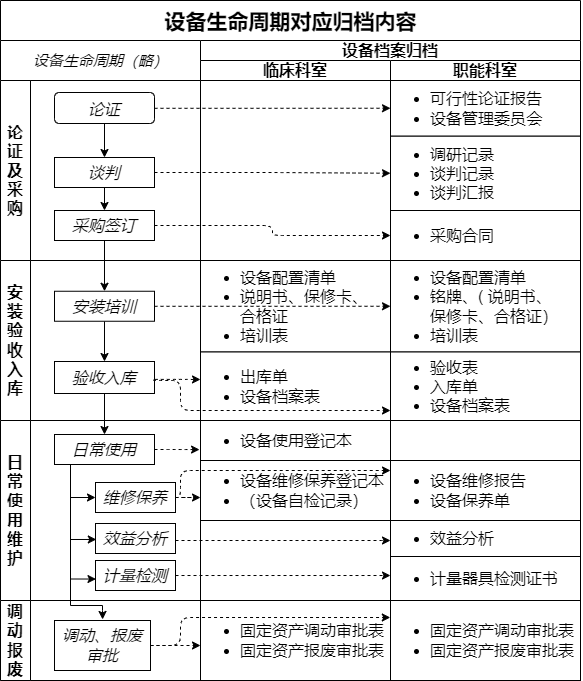
The draw.io diagram 档案管理流程.png in CN-DXTZ/CLRS, before a commit. Source tidied: cells renumbered, new cells last; positions are measured from the earlier drawing's top-left corner, leaving out a move shared by most shapes.
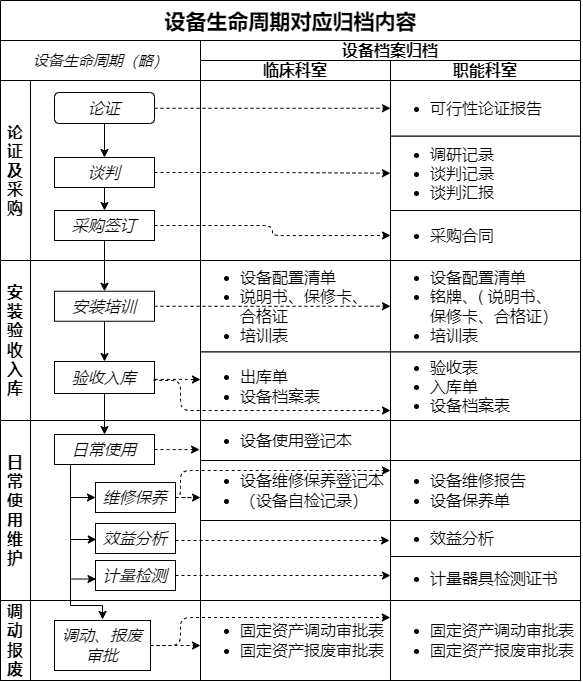
The same file after the commit.

Commit message:
更新档案管理流程.png

What changed in the source:
```diff
@@ -131,7 +131,7 @@
     <mxCell id="38" value="&lt;p class=&quot;MsoNormal&quot; style=&quot;font-size: 16px;&quot;&gt;&lt;/p&gt;&lt;ul style=&quot;font-size: 16px;&quot;&gt;&lt;li style=&quot;font-size: 16px;&quot;&gt;&lt;span style=&quot;background-color: initial; font-size: 16px;&quot;&gt;调研记录&lt;/span&gt;&lt;/li&gt;&lt;li style=&quot;font-size: 16px;&quot;&gt;&lt;span style=&quot;background-color: initial; font-size: 16px;&quot;&gt;谈判记录&lt;/span&gt;&lt;/li&gt;&lt;li style=&quot;font-size: 16px;&quot;&gt;&lt;span style=&quot;background-color: initial; font-size: 16px;&quot;&gt;谈判汇报&lt;/span&gt;&lt;/li&gt;&lt;/ul&gt;&lt;p style=&quot;font-size: 16px;&quot;&gt;&lt;/p&gt;" style="rounded=0;whiteSpace=wrap;html=1;fontSize=16;spacing=0;align=left;" parent="37" vertex="1">
       <mxGeometry y="75.5" width="190" height="74.5" as="geometry" />
     </mxCell>
-    <mxCell id="39" value="&lt;p class=&quot;MsoNormal&quot; style=&quot;font-size: 16px;&quot;&gt;&lt;/p&gt;&lt;ul style=&quot;font-size: 16px;&quot;&gt;&lt;li style=&quot;border-color: var(--border-color); font-size: 16px;&quot;&gt;可行性论证报告&lt;/li&gt;&lt;li style=&quot;border-color: var(--border-color); font-size: 16px;&quot;&gt;设备管理委员会&lt;/li&gt;&lt;/ul&gt;&lt;p style=&quot;font-size: 16px;&quot;&gt;&lt;/p&gt;" style="rounded=0;whiteSpace=wrap;html=1;fontSize=16;spacing=0;align=left;" parent="37" vertex="1">
+    <mxCell id="39" value="&lt;p class=&quot;MsoNormal&quot; style=&quot;font-size: 16px;&quot;&gt;&lt;/p&gt;&lt;ul style=&quot;font-size: 16px;&quot;&gt;&lt;li style=&quot;border-color: var(--border-color); font-size: 16px;&quot;&gt;可行性论证报告&lt;/li&gt;&lt;/ul&gt;&lt;p style=&quot;font-size: 16px;&quot;&gt;&lt;/p&gt;" style="rounded=0;whiteSpace=wrap;html=1;fontSize=16;spacing=0;align=left;" parent="37" vertex="1">
       <mxGeometry y="20" width="190" height="55.5" as="geometry" />
     </mxCell>
     <mxCell id="40" value="&lt;p class=&quot;MsoNormal&quot; style=&quot;font-size: 16px;&quot;&gt;&lt;/p&gt;&lt;ul style=&quot;font-size: 16px;&quot;&gt;&lt;li style=&quot;font-size: 16px;&quot;&gt;采购合同&lt;/li&gt;&lt;/ul&gt;&lt;p style=&quot;font-size: 16px;&quot;&gt;&lt;/p&gt;" style="rounded=0;whiteSpace=wrap;html=1;fontSize=16;spacing=0;align=left;" parent="37" vertex="1">
```
